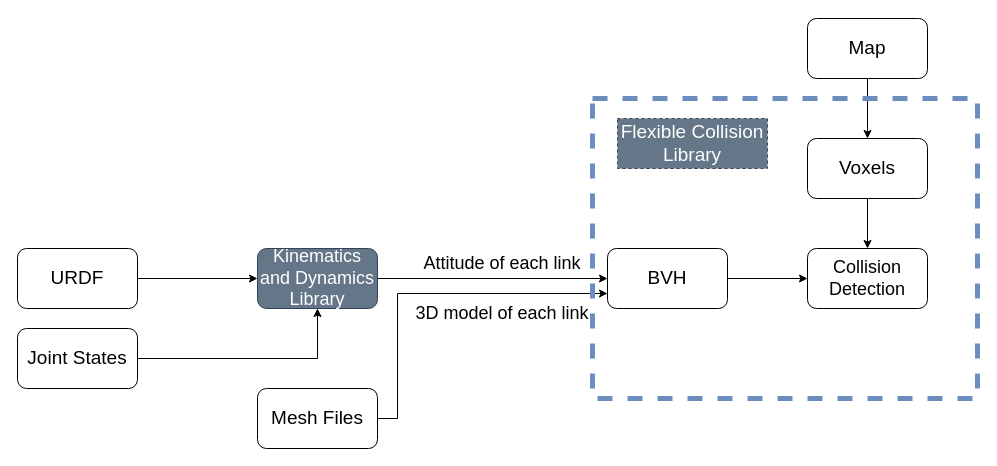
This is kdl.drawio from jasonchenj/game, a draw.io file, before an edit. Source tidied: cells renumbered, new cells numbered last; positions are measured from the earlier drawing's top-left corner, leaving out a move shared by most shapes. Both pictures are drawn from the tidied source at 100%, with x=0, y=0 at pixel (17, 18).
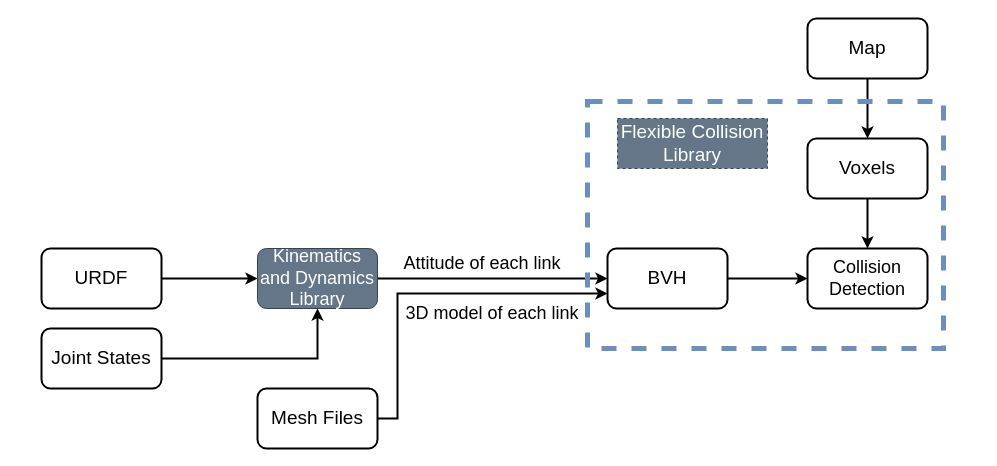
Above is the later version.

Unchanged cells that the change refers to:
```xml
<mxCell id="5" value="&lt;font style=&quot;font-size: 18px&quot;&gt;Kinematics and Dynamics Library&lt;/font&gt;" style="rounded=1;whiteSpace=wrap;html=1;fillColor=#647687;strokeColor=#314354;fontColor=#ffffff;" parent="1" vertex="1">
  <mxGeometry x="240" y="230" width="120" height="60" as="geometry" />
</mxCell>
```

Diff of the diagram source:
```diff
@@
-    <mxCell id="2" style="edgeStyle=orthogonalEdgeStyle;rounded=0;jettySize=auto;html=1;" parent="1" edge="1" source="3" target="5">
+    <mxCell id="2" style="edgeStyle=orthogonalEdgeStyle;rounded=0;jettySize=auto;html=1;strokeWidth=2;" parent="1" edge="1" source="3" target="5">
       <mxGeometry relative="1" as="geometry" />
     </mxCell>
-    <mxCell id="3" value="&lt;font style=&quot;font-size: 19px&quot;&gt;URDF&lt;/font&gt;" style="rounded=1;whiteSpace=wrap;html=1;" parent="1" vertex="1">
-      <mxGeometry y="230" width="120" height="60" as="geometry" />
+    <mxCell id="3" value="&lt;font style=&quot;font-size: 19px&quot;&gt;URDF&lt;/font&gt;" style="rounded=1;whiteSpace=wrap;html=1;strokeWidth=2;" parent="1" vertex="1">
+      <mxGeometry x="24" y="230" width="120" height="60" as="geometry" />
     </mxCell>
-    <mxCell id="4" style="edgeStyle=orthogonalEdgeStyle;rounded=0;jettySize=auto;html=1;startArrow=none;exitX=1;exitY=0.5;exitDx=0;exitDy=0;" parent="1" edge="1" source="5" target="9">
+    <mxCell id="4" style="edgeStyle=orthogonalEdgeStyle;rounded=0;jettySize=auto;html=1;startArrow=none;exitX=1;exitY=0.5;exitDx=0;exitDy=0;strokeWidth=2;" parent="1" edge="1" source="5" target="9">
       <mxGeometry relative="1" as="geometry" />
     </mxCell>
@@
-    <mxCell id="6" style="edgeStyle=orthogonalEdgeStyle;rounded=0;jettySize=auto;html=1;entryX=0.5;entryY=1;entryDx=0;entryDy=0;" parent="1" edge="1" source="7" target="5">
+    <mxCell id="6" style="edgeStyle=orthogonalEdgeStyle;rounded=0;jettySize=auto;html=1;entryX=0.5;entryY=1;entryDx=0;entryDy=0;strokeWidth=2;" parent="1" edge="1" source="7" target="5">
       <mxGeometry relative="1" as="geometry" />
     </mxCell>
-    <mxCell id="7" value="&lt;font style=&quot;font-size: 19px&quot;&gt;Joint States&lt;/font&gt;" style="rounded=1;whiteSpace=wrap;html=1;" parent="1" vertex="1">
-      <mxGeometry y="310" width="120" height="60" as="geometry" />
+    <mxCell id="7" value="&lt;font style=&quot;font-size: 19px&quot;&gt;Joint States&lt;/font&gt;" style="rounded=1;whiteSpace=wrap;html=1;strokeWidth=2;" parent="1" vertex="1">
+      <mxGeometry x="24" y="310" width="120" height="60" as="geometry" />
     </mxCell>
-    <mxCell id="8" style="edgeStyle=orthogonalEdgeStyle;rounded=0;jettySize=auto;html=1;" parent="1" edge="1" source="9" target="14">
+    <mxCell id="8" style="edgeStyle=orthogonalEdgeStyle;rounded=0;jettySize=auto;html=1;strokeWidth=2;" parent="1" edge="1" source="9" target="14">
       <mxGeometry relative="1" as="geometry" />
     </mxCell>
-    <mxCell id="9" value="&lt;font style=&quot;font-size: 19px&quot;&gt;BVH&lt;/font&gt;" style="whiteSpace=wrap;html=1;rounded=1;" parent="1" vertex="1">
+    <mxCell id="9" value="&lt;font style=&quot;font-size: 19px&quot;&gt;BVH&lt;/font&gt;" style="whiteSpace=wrap;html=1;rounded=1;strokeWidth=2;" parent="1" vertex="1">
       <mxGeometry x="590" y="230" width="120" height="60" as="geometry" />
     </mxCell>
-    <mxCell id="10" style="edgeStyle=orthogonalEdgeStyle;rounded=0;jettySize=auto;html=1;exitX=1;exitY=0.5;exitDx=0;exitDy=0;entryX=0;entryY=0.75;entryDx=0;entryDy=0;" parent="1" edge="1" source="11" target="9">
+    <mxCell id="10" style="edgeStyle=orthogonalEdgeStyle;rounded=0;jettySize=auto;html=1;exitX=1;exitY=0.5;exitDx=0;exitDy=0;entryX=0;entryY=0.75;entryDx=0;entryDy=0;strokeWidth=2;" parent="1" edge="1" source="11" target="9">
       <mxGeometry relative="1" as="geometry">
         <Array as="points">
           <mxPoint x="380" y="400" />
           <mxPoint x="380" y="275" />
         </Array>
       </mxGeometry>
     </mxCell>
-    <mxCell id="11" value="&lt;font style=&quot;font-size: 19px&quot;&gt;Mesh Files&lt;/font&gt;" style="rounded=1;whiteSpace=wrap;html=1;" parent="1" vertex="1">
+    <mxCell id="11" value="&lt;font style=&quot;font-size: 19px&quot;&gt;Mesh Files&lt;/font&gt;" style="rounded=1;whiteSpace=wrap;html=1;strokeWidth=2;" parent="1" vertex="1">
       <mxGeometry x="240" y="370" width="120" height="60" as="geometry" />
     </mxCell>
     <mxCell id="12" value="&lt;font style=&quot;font-size: 18px&quot;&gt;Attitude of each link&lt;/font&gt;" style="text;html=1;strokeColor=none;fillColor=none;align=center;verticalAlign=middle;whiteSpace=wrap;rounded=0;" parent="1" vertex="1">
-      <mxGeometry x="400" y="230" width="170" height="30" as="geometry" />
+      <mxGeometry x="380" y="230" width="170" height="30" as="geometry" />
     </mxCell>
     <mxCell id="13" value="&lt;font style=&quot;font-size: 18px&quot;&gt;3D model of each link&lt;/font&gt;" style="text;html=1;strokeColor=none;fillColor=none;align=center;verticalAlign=middle;whiteSpace=wrap;rounded=0;" parent="1" vertex="1">
-      <mxGeometry x="390" y="280" width="190" height="30" as="geometry" />
+      <mxGeometry x="380" y="280" width="190" height="30" as="geometry" />
     </mxCell>
-    <mxCell id="14" value="&lt;font style=&quot;font-size: 18px&quot;&gt;Collision &lt;br&gt;Detection&lt;/font&gt;" style="whiteSpace=wrap;html=1;rounded=1;" parent="1" vertex="1">
+    <mxCell id="14" value="&lt;font style=&quot;font-size: 18px&quot;&gt;Collision &lt;br&gt;Detection&lt;/font&gt;" style="whiteSpace=wrap;html=1;rounded=1;strokeWidth=2;" parent="1" vertex="1">
       <mxGeometry x="790" y="230" width="120" height="60" as="geometry" />
     </mxCell>
-    <mxCell id="15" style="edgeStyle=orthogonalEdgeStyle;rounded=0;jettySize=auto;html=1;" parent="1" edge="1" source="16" target="18">
+    <mxCell id="15" style="edgeStyle=orthogonalEdgeStyle;rounded=0;jettySize=auto;html=1;strokeWidth=2;" parent="1" edge="1" source="16" target="18">
       <mxGeometry relative="1" as="geometry" />
     </mxCell>
-    <mxCell id="16" value="&lt;font style=&quot;font-size: 19px&quot;&gt;Map&lt;/font&gt;" style="rounded=1;whiteSpace=wrap;html=1;" parent="1" vertex="1">
+    <mxCell id="16" value="&lt;font style=&quot;font-size: 19px&quot;&gt;Map&lt;/font&gt;" style="rounded=1;whiteSpace=wrap;html=1;strokeWidth=2;" parent="1" vertex="1">
       <mxGeometry x="790" width="120" height="60" as="geometry" />
     </mxCell>
-    <mxCell id="17" style="edgeStyle=orthogonalEdgeStyle;rounded=0;jettySize=auto;html=1;" parent="1" edge="1" source="18" target="14">
+    <mxCell id="17" style="edgeStyle=orthogonalEdgeStyle;rounded=0;jettySize=auto;html=1;strokeWidth=2;" parent="1" edge="1" source="18" target="14">
       <mxGeometry relative="1" as="geometry" />
     </mxCell>
-    <mxCell id="18" value="&lt;span style=&quot;font-size: 19px&quot;&gt;Voxels&lt;/span&gt;" style="rounded=1;whiteSpace=wrap;html=1;" parent="1" vertex="1">
+    <mxCell id="18" value="&lt;span style=&quot;font-size: 19px&quot;&gt;Voxels&lt;/span&gt;" style="rounded=1;whiteSpace=wrap;html=1;strokeWidth=2;" parent="1" vertex="1">
       <mxGeometry x="790" y="120" width="120" height="60" as="geometry" />
     </mxCell>
     <mxCell id="19" style="rounded=0;whiteSpace=wrap;html=1;dashed=1;strokeColor=#6c8ebf;fillColor=none;strokeWidth=5;" parent="1" vertex="1">
-      <mxGeometry x="575" y="80" width="385" height="300" as="geometry" />
+      <mxGeometry x="570" y="83" width="356" height="247" as="geometry" />
     </mxCell>
```
